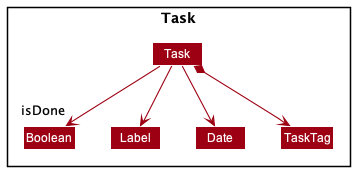
Earlier version of the PlantUML export docs/images/TaskClassDiagram.png (nus-cs2103-AY2122S1/tp). Source of this version:
```plantuml
@startuml
!include style.puml
skinparam arrowThickness 1.1
skinparam arrowColor MODEL_COLOR
skinparam classBackgroundColor MODEL_COLOR

Package Task <<Rectangle>>{

Class Task
Class Label
Class Boolean
Class Date
Class TaskTag

}

Task --> Label
Task *--> TaskTag
Task --> Date
Task --> "isDone" Boolean

Boolean -[hidden]right->Label


@enduml
```
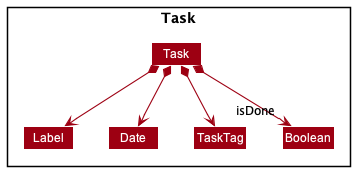
The same diagram one commit later.

Commit message:
Update task and order class diagrams

What changed in the source:
```diff
@@ -3,6 +3,7 @@
 skinparam arrowThickness 1.1
 skinparam arrowColor MODEL_COLOR
 skinparam classBackgroundColor MODEL_COLOR
+skinparam arrowFontSize 12
 
 Package Task <<Rectangle>>{
 
@@ -14,12 +15,14 @@
 
 }
 
-Task --> Label
+Task *--> Label
 Task *--> TaskTag
-Task --> Date
-Task --> "isDone" Boolean
+Task *--> Date
+Task *--> "isDone" Boolean
 
-Boolean -[hidden]right->Label
+Label -[hidden]right-> Date
+Date -[hidden]right-> TaskTag
+TaskTag -[hidden]right-> Boolean
 
 
 @enduml
```
